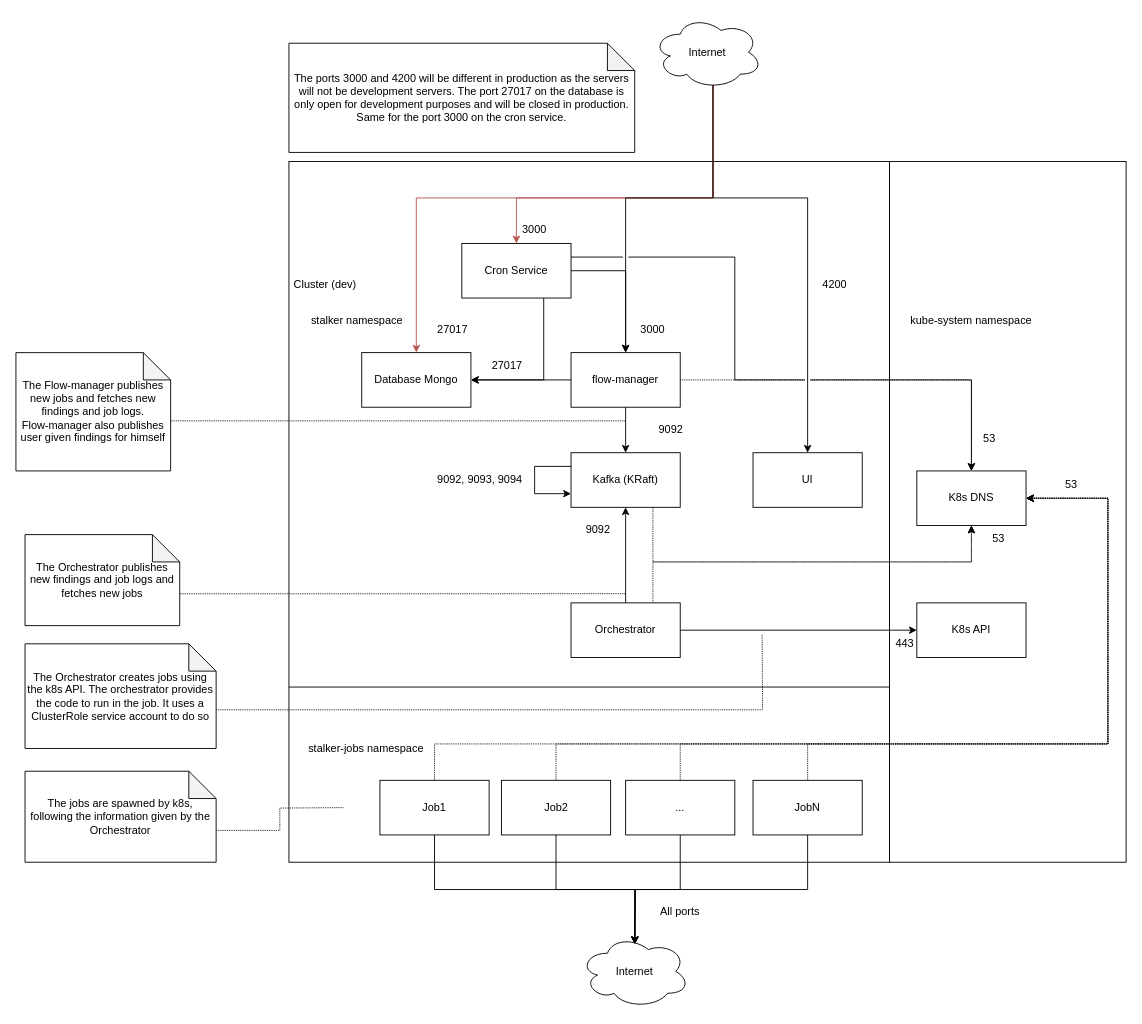
This is docs/static/img/dev_network_architecture.drawio.xml from red-kite-solutions/stalker, a draw.io file, before an edit. Source tidied: cells renumbered, new cells numbered last; positions are measured from the earlier drawing's top-left corner, leaving out a move shared by most shapes. Both pictures are drawn from the tidied source at 91%, with x=0, y=0 at pixel (15, 15).
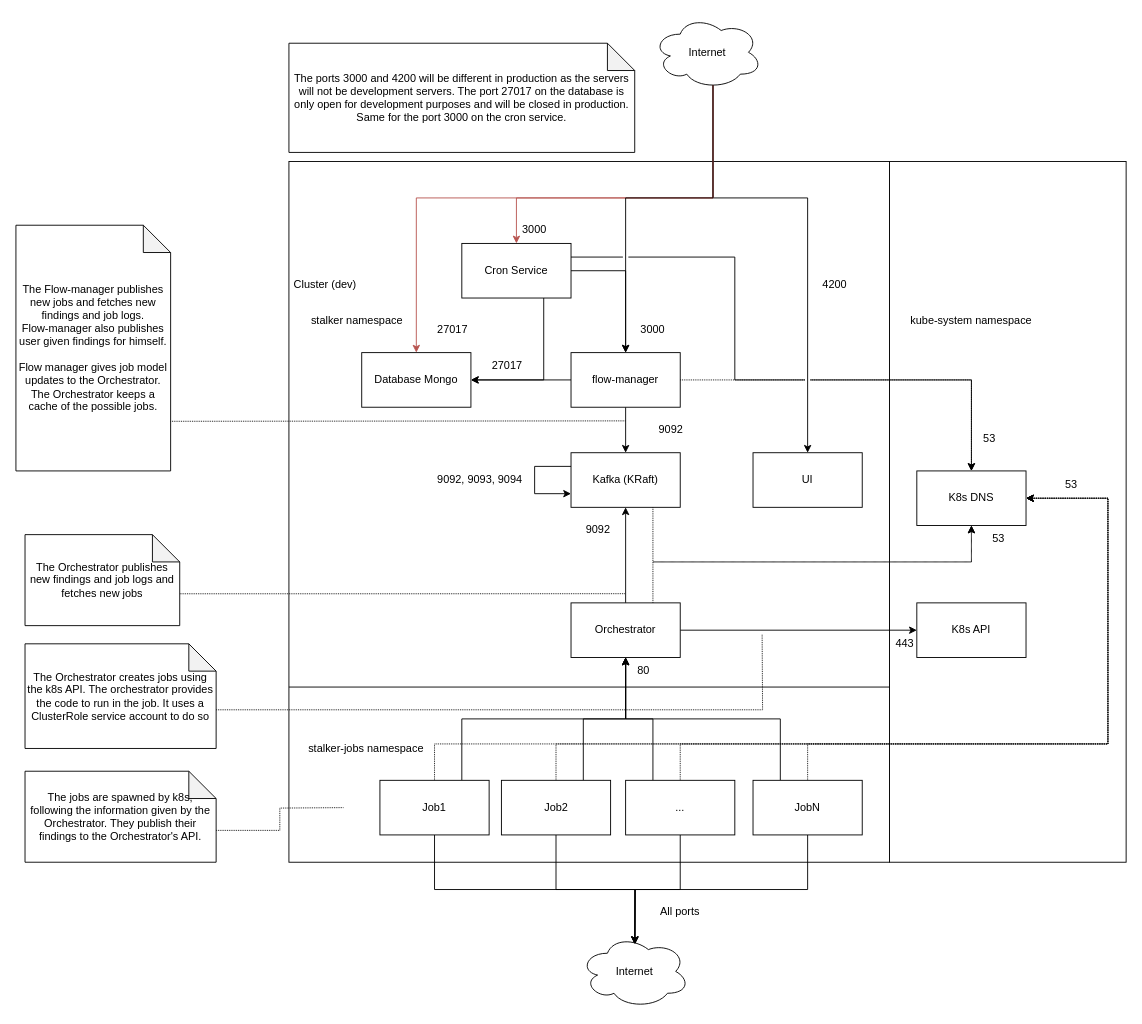
After the change.

The change refers to these unchanged cells:
```xml
<mxCell id="19" value="Orchestrator" style="rounded=0;whiteSpace=wrap;html=1;" parent="1" vertex="1">
  <mxGeometry x="610" y="645" width="120" height="60" as="geometry" />
</mxCell>
<mxCell id="27" value="Job1" style="rounded=0;whiteSpace=wrap;html=1;" parent="1" vertex="1">
  <mxGeometry x="400" y="840" width="120" height="60" as="geometry" />
</mxCell>
<mxCell id="30" value="Job2" style="rounded=0;whiteSpace=wrap;html=1;" parent="1" vertex="1">
  <mxGeometry x="533.5" y="840" width="120" height="60" as="geometry" />
</mxCell>
<mxCell id="33" value="..." style="rounded=0;whiteSpace=wrap;html=1;" parent="1" vertex="1">
  <mxGeometry x="670" y="840" width="120" height="60" as="geometry" />
</mxCell>
<mxCell id="36" value="JobN" style="rounded=0;whiteSpace=wrap;html=1;" parent="1" vertex="1">
  <mxGeometry x="810" y="840" width="120" height="60" as="geometry" />
</mxCell>
```

What changed in the source:
```diff
@@
+    <mxCell id="68" style="edgeStyle=orthogonalEdgeStyle;rounded=0;jettySize=auto;html=1;exitX=0.75;exitY=0;exitDx=0;exitDy=0;entryX=0.5;entryY=1;entryDx=0;entryDy=0;" parent="1" edge="1" source="27" target="19">
+      <mxGeometry relative="1" as="geometry" />
+    </mxCell>
@@
+    <mxCell id="69" style="edgeStyle=orthogonalEdgeStyle;rounded=0;jettySize=auto;html=1;exitX=0.75;exitY=0;exitDx=0;exitDy=0;entryX=0.5;entryY=1;entryDx=0;entryDy=0;" parent="1" edge="1" source="30" target="19">
+      <mxGeometry relative="1" as="geometry" />
+    </mxCell>
@@
+    <mxCell id="70" style="edgeStyle=orthogonalEdgeStyle;rounded=0;jettySize=auto;html=1;exitX=0.25;exitY=0;exitDx=0;exitDy=0;entryX=0.5;entryY=1;entryDx=0;entryDy=0;" parent="1" edge="1" source="33" target="19">
+      <mxGeometry relative="1" as="geometry" />
+    </mxCell>
@@
+    <mxCell id="71" style="edgeStyle=orthogonalEdgeStyle;rounded=0;jettySize=auto;html=1;exitX=0.25;exitY=0;exitDx=0;exitDy=0;entryX=0.5;entryY=1;entryDx=0;entryDy=0;" parent="1" edge="1" source="36" target="19">
+      <mxGeometry relative="1" as="geometry" />
+    </mxCell>
@@
-    <mxCell id="54" style="edgeStyle=orthogonalEdgeStyle;rounded=0;jettySize=auto;html=1;exitX=0;exitY=0;exitDx=170;exitDy=75;exitPerimeter=0;dashed=1;dashPattern=1 1;startArrow=none;startFill=0;endArrow=none;endFill=0;" parent="1" edge="1" source="55">
+    <mxCell id="54" style="edgeStyle=orthogonalEdgeStyle;rounded=0;jettySize=auto;html=1;dashed=1;dashPattern=1 1;startArrow=none;startFill=0;endArrow=none;endFill=0;exitX=0.997;exitY=0.798;exitDx=0;exitDy=0;exitPerimeter=0;" parent="1" edge="1" source="55">
       <mxGeometry relative="1" as="geometry">
         <mxPoint x="670" y="445" as="targetPoint" />
       </mxGeometry>
     </mxCell>
-    <mxCell id="55" value="The Flow-manager publishes new jobs and fetches new findings and job logs.&lt;br&gt;Flow-manager also publishes user given findings for himself" style="shape=note;whiteSpace=wrap;html=1;backgroundOutline=1;darkOpacity=0.05;" parent="1" vertex="1">
-      <mxGeometry y="370" width="170" height="130" as="geometry" />
+    <mxCell id="55" value="The Flow-manager publishes new jobs and fetches new findings and job logs.&lt;br&gt;Flow-manager also publishes user given findings for himself.&lt;br&gt;&lt;br&gt;Flow manager gives job model updates to the Orchestrator. The Orchestrator keeps a cache of the possible jobs." style="shape=note;whiteSpace=wrap;html=1;backgroundOutline=1;darkOpacity=0.05;" parent="1" vertex="1">
+      <mxGeometry y="230" width="170" height="270" as="geometry" />
     </mxCell>
@@
-    <mxCell id="61" value="The jobs are spawned by k8s, following the information given by the Orchestrator" style="shape=note;whiteSpace=wrap;html=1;backgroundOutline=1;darkOpacity=0.05;" parent="1" vertex="1">
+    <mxCell id="61" value="The jobs are spawned by k8s, following the information given by the Orchestrator. They publish their findings to the Orchestrator's API." style="shape=note;whiteSpace=wrap;html=1;backgroundOutline=1;darkOpacity=0.05;" parent="1" vertex="1">
       <mxGeometry x="10" y="830" width="210" height="100" as="geometry" />
     </mxCell>
@@
+    <mxCell id="72" value="80" style="text;html=1;strokeColor=none;fillColor=none;align=center;verticalAlign=middle;whiteSpace=wrap;rounded=0;" parent="1" vertex="1">
+      <mxGeometry x="660" y="705" width="60" height="30" as="geometry" />
+    </mxCell>
```
